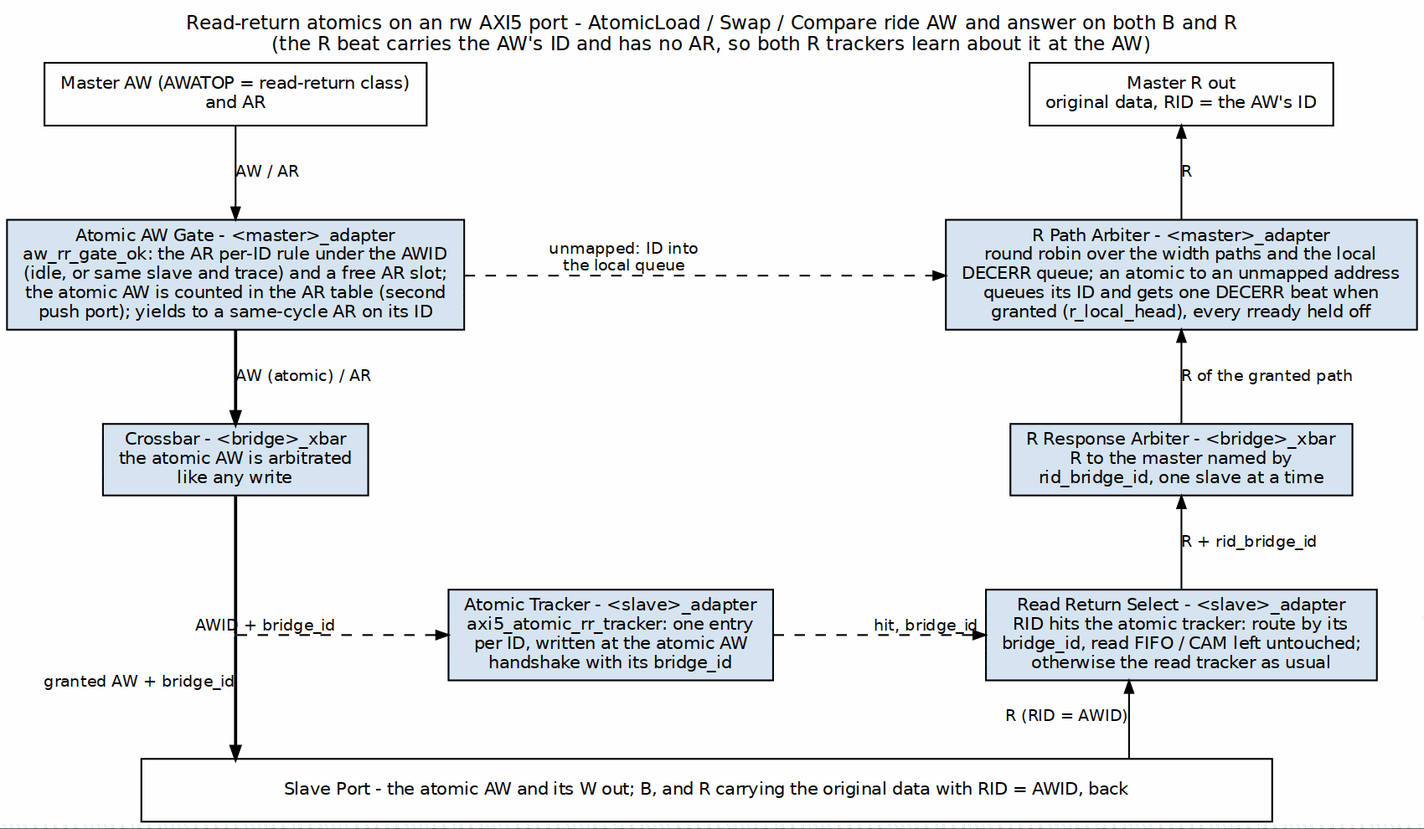
This is projects/components/fabric-gen-ip/bridge/docs/bridge_mas/assets/graphviz/rr_atomics.png from sean-galloway/RTLDesignSherpa, a Graphviz export, as it was before one commit. Its source is kept beside it as projects/components/fabric-gen-ip/bridge/docs/bridge_mas/assets/graphviz/rr_atomics.dot.
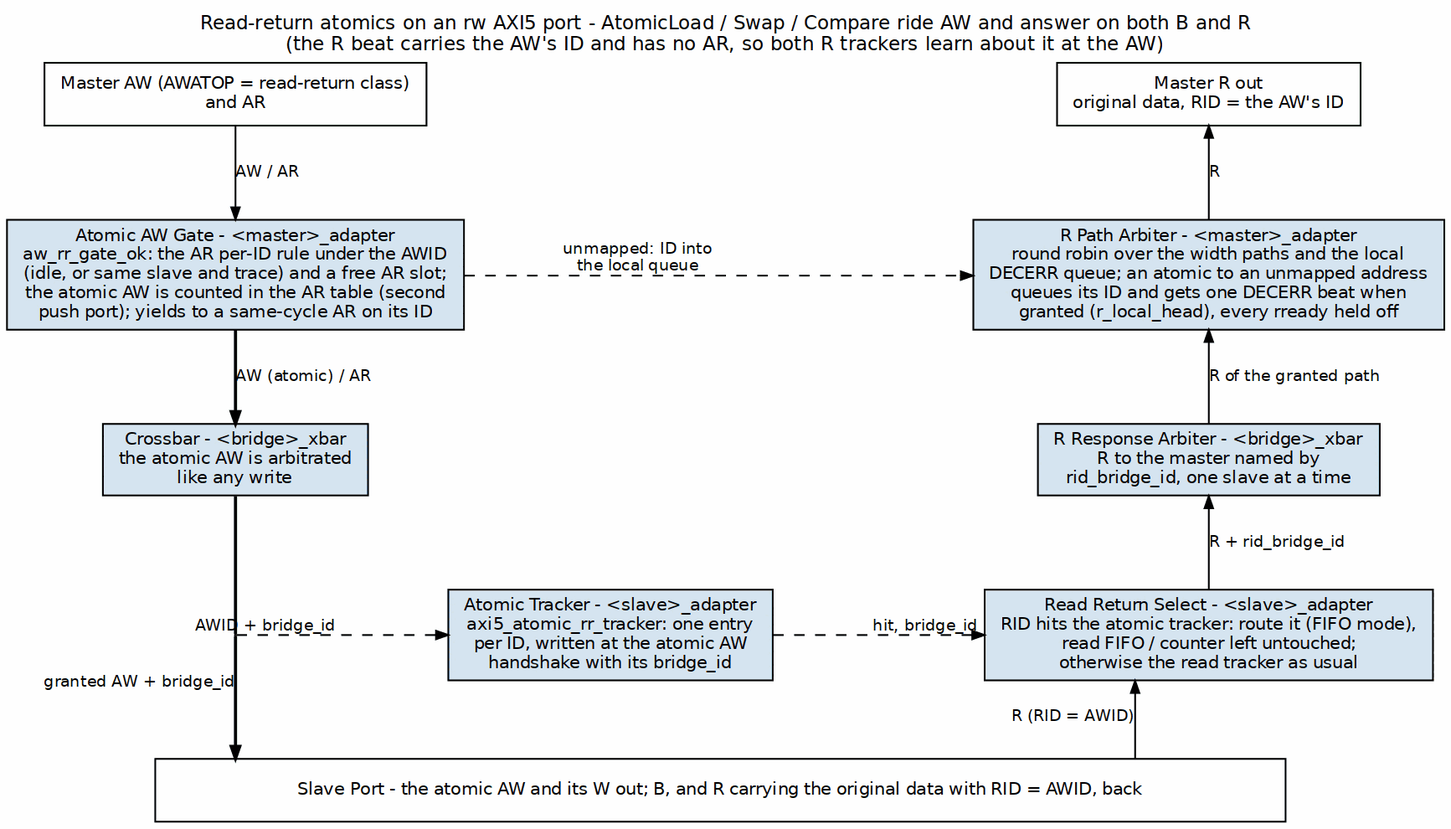
Later version of the same file.

Change to the diagram source:
```diff
@@ -23,7 +23,7 @@
 
     pc3 [shape=point, width=0.01, label="", group=C];
     trk [label="Atomic Tracker - <slave>_adapter\naxi5_atomic_rr_tracker: one entry\nper ID, written at the atomic AW\nhandshake with its bridge_id"];
-    rret [label="Read Return Select - <slave>_adapter\nRID hits the atomic tracker: route by its\nbridge_id, read FIFO / CAM left untouched;\notherwise the read tracker as usual", group=R];
+    rret [label="Read Return Select - <slave>_adapter\nRID hits the atomic tracker: route it (FIFO mode),\nread FIFO / counter left untouched;\notherwise the read tracker as usual", group=R];
     { rank=same; pc3; trk; rret; }
     pc3 -> trk [style=dashed, xlabel="AWID + bridge_id"];
     trk -> rret [style=dashed, xlabel="hit, bridge_id"];
```
